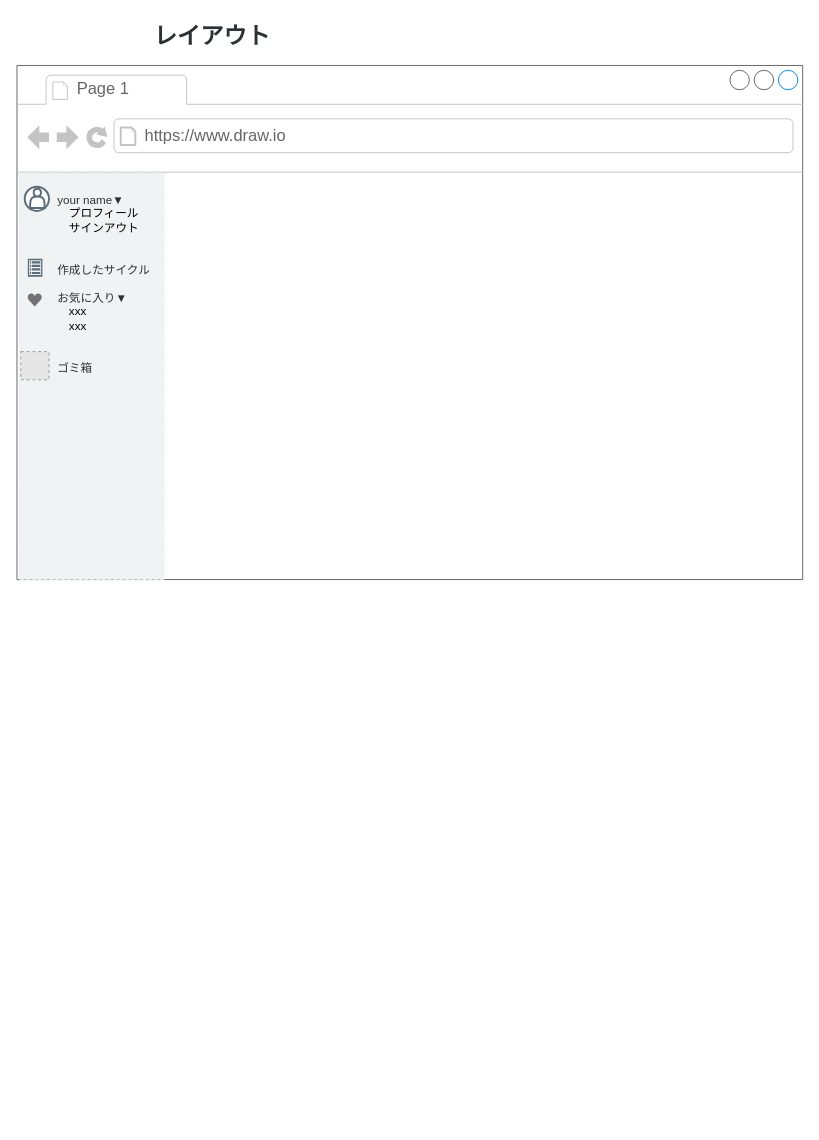
This is page "画面設計(レイアウト)" (5 of 7) of ER.drawio from katkatprog/drowio, a draw.io file, before an edit. Source tidied: cells renumbered, new cells numbered last; positions are measured from the earlier drawing's top-left corner, leaving out a move shared by most shapes. Both pictures are drawn from the tidied source at 97%, with x=0, y=0 at pixel (16, 16). Pictures stored in the file or linked from it are replaced by grey dashed boxes.
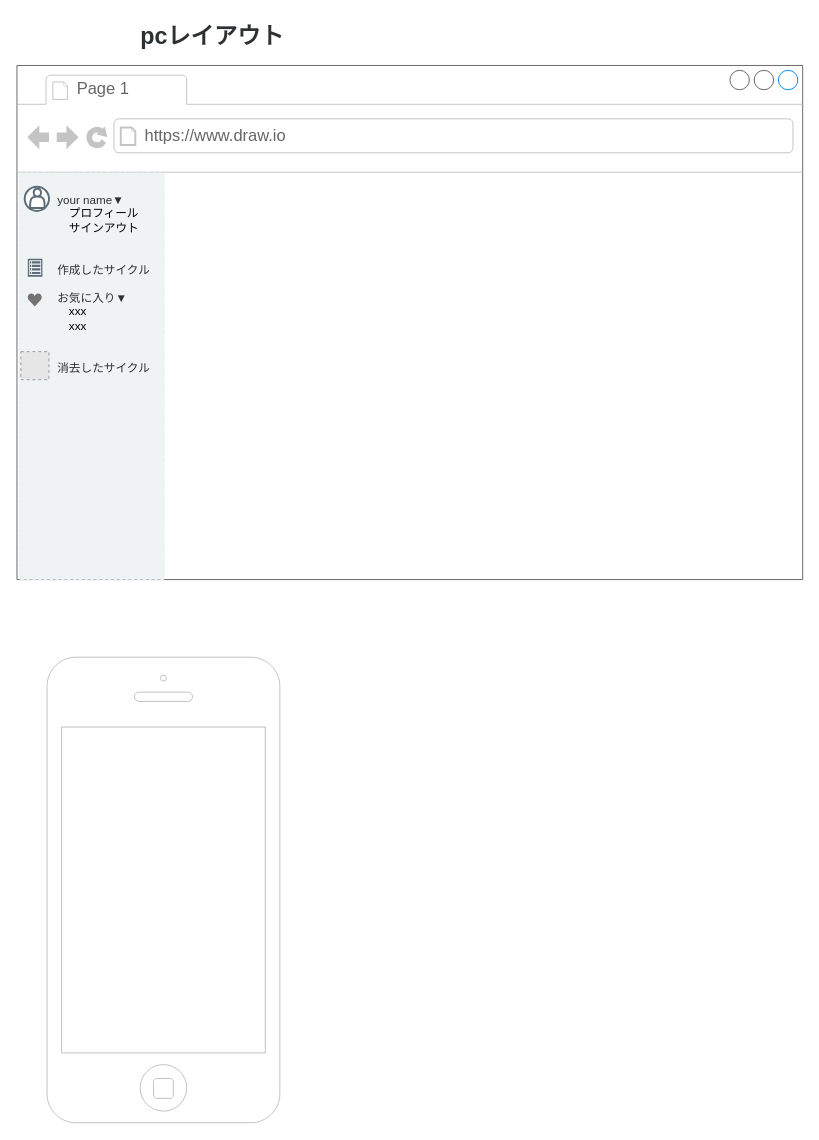
The same page after the edit.

Change to the diagram source:
```diff
@@
 <mxGraphModel>
   <root>
     <mxCell id="0" />
     <mxCell id="1" parent="0" />
     <mxCell id="2" style="strokeWidth=1;shadow=0;dashed=0;align=center;html=1;shape=mxgraph.mockup.containers.browserWindow;rSize=0;strokeColor=none;strokeColor2=#008cff;strokeColor3=#c4c4c4;mainText=,;labelBackgroundColor=none;labelBorderColor=none;fillStyle=auto;fontSize=9;fontColor=default;fillColor=#FFFFFF;" parent="1" vertex="1">
       <mxGeometry y="50" width="810" height="530" as="geometry" />
     </mxCell>
     <mxCell id="3" value="Page 1" style="strokeWidth=1;shadow=0;dashed=0;align=center;html=1;shape=mxgraph.mockup.containers.anchor;fontSize=17;fontColor=#666666;align=left;labelBackgroundColor=none;labelBorderColor=none;fillStyle=auto;strokeColor=#EFF3F4;fillColor=#FFFFFF;" parent="2" vertex="1">
       <mxGeometry x="60" y="12" width="110" height="26" as="geometry" />
     </mxCell>
     <mxCell id="4" value="https://www.draw.io" style="strokeWidth=1;shadow=0;dashed=0;align=center;html=1;shape=mxgraph.mockup.containers.anchor;rSize=0;fontSize=17;fontColor=#666666;align=left;labelBackgroundColor=none;labelBorderColor=none;fillStyle=auto;strokeColor=#EFF3F4;fillColor=#FFFFFF;" parent="2" vertex="1">
       <mxGeometry x="130" y="60" width="250" height="26" as="geometry" />
     </mxCell>
     <mxCell id="5" style="rounded=0;whiteSpace=wrap;html=1;dashed=1;labelBackgroundColor=none;labelBorderColor=none;fillStyle=auto;strokeColor=#EFF3F4;strokeWidth=1;fontSize=11;fontColor=#B5739D;fillColor=#EFF3F4;" parent="2" vertex="1">
       <mxGeometry x="2" y="111" width="150" height="419" as="geometry" />
     </mxCell>
-    <mxCell id="6" value="&lt;span style=&quot;color: rgb(45, 49, 51);&quot;&gt;your name▼&lt;br&gt;&lt;/span&gt;　プロフィール&lt;br&gt;　サインアウト&lt;br style=&quot;color: rgb(45, 49, 51);&quot;&gt;&lt;br style=&quot;color: rgb(45, 49, 51);&quot;&gt;&lt;br style=&quot;color: rgb(45, 49, 51);&quot;&gt;&lt;font color=&quot;#2d3133&quot;&gt;作成したサイクル&lt;br&gt;&lt;/font&gt;&lt;br style=&quot;color: rgb(45, 49, 51);&quot;&gt;&lt;span style=&quot;color: rgb(45, 49, 51);&quot;&gt;お気に入り▼&lt;br&gt;&lt;/span&gt;　xxx&lt;br&gt;　xxx&lt;br&gt;　&lt;br&gt;&lt;br style=&quot;color: rgb(45, 49, 51);&quot;&gt;&lt;font color=&quot;#2d3133&quot;&gt;ゴミ箱&lt;/font&gt;" style="text;html=1;align=left;verticalAlign=top;fillColor=none;strokeColor=none;rounded=0;labelBackgroundColor=none;labelBorderColor=none;fillStyle=auto;strokeWidth=2;fontSize=12;fontColor=default;" parent="2" vertex="1">
+    <mxCell id="6" value="&lt;span style=&quot;color: rgb(45, 49, 51);&quot;&gt;your name▼&lt;br&gt;&lt;/span&gt;　プロフィール&lt;br&gt;　サインアウト&lt;br style=&quot;color: rgb(45, 49, 51);&quot;&gt;&lt;br style=&quot;color: rgb(45, 49, 51);&quot;&gt;&lt;br style=&quot;color: rgb(45, 49, 51);&quot;&gt;&lt;font color=&quot;#2d3133&quot;&gt;作成したサイクル&lt;br&gt;&lt;/font&gt;&lt;br style=&quot;color: rgb(45, 49, 51);&quot;&gt;&lt;span style=&quot;color: rgb(45, 49, 51);&quot;&gt;お気に入り▼&lt;br&gt;&lt;/span&gt;　xxx&lt;br&gt;　xxx&lt;br&gt;　&lt;br&gt;&lt;br style=&quot;color: rgb(45, 49, 51);&quot;&gt;&lt;font color=&quot;#2d3133&quot;&gt;消去したサイクル&lt;/font&gt;" style="text;html=1;align=left;verticalAlign=top;fillColor=none;strokeColor=none;rounded=0;labelBackgroundColor=none;labelBorderColor=none;fillStyle=auto;strokeWidth=2;fontSize=12;fontColor=default;" parent="2" vertex="1">
       <mxGeometry x="40" y="125" width="120" height="200" as="geometry" />
     </mxCell>
     <mxCell id="7" style="ellipse;whiteSpace=wrap;html=1;labelBackgroundColor=none;labelBorderColor=none;fillStyle=auto;strokeColor=#5c6c79;strokeWidth=2;fontSize=12;fontColor=default;fillColor=#FFFFFF;" parent="2" vertex="1">
       <mxGeometry x="8" y="125" width="25" height="25" as="geometry" />
     </mxCell>
     <mxCell id="8" style="shape=actor;whiteSpace=wrap;html=1;labelBackgroundColor=none;labelBorderColor=none;fillStyle=auto;strokeColor=#5c6c79;strokeWidth=2;fontSize=12;fontColor=default;fillColor=#FFFFFF;" parent="2" vertex="1">
       <mxGeometry x="13.5" y="127" width="15" height="20" as="geometry" />
     </mxCell>
     <mxCell id="9" style="dashed=0;verticalLabelPosition=bottom;verticalAlign=top;align=center;shape=mxgraph.gmdl.heart;strokeColor=none;fillColor=#737373;shadow=0;sketch=0;labelBackgroundColor=none;labelBorderColor=none;fillStyle=auto;strokeWidth=2;fontSize=11;fontColor=default;" parent="2" vertex="1">
       <mxGeometry x="10.8" y="234.9" width="15" height="13.5" as="geometry" />
     </mxCell>
     <mxCell id="10" style="sketch=0;html=1;strokeColor=none;shadow=0;align=center;verticalAlign=top;fillColor=#5C6C79;shape=mxgraph.gcp2.view_list;labelBackgroundColor=none;labelBorderColor=none;fillStyle=auto;strokeWidth=2;fontSize=11;fontColor=default;" parent="2" vertex="1">
       <mxGeometry x="11.2" y="199.3" width="15" height="18.5" as="geometry" />
     </mxCell>
     <mxCell id="11" style="fillColor=#E6E6E6;strokeColor=#999999;dashed=1;html=1;verticalAlign=top;verticalLabelPosition=bottom;labelBackgroundColor=#ffffff;fontSize=11;fontColor=#B5739D;" parent="2" vertex="1">
       <mxGeometry x="4" y="295" width="29" height="29" as="geometry" />
     </mxCell>
-    <mxCell id="12" value="レイアウト" style="text;strokeColor=none;fillColor=none;html=1;fontSize=24;fontStyle=1;verticalAlign=middle;align=center;labelBackgroundColor=none;labelBorderColor=none;fillStyle=auto;fontColor=#2D3133;" parent="1" vertex="1">
+    <mxCell id="12" value="pcレイアウト" style="text;strokeColor=none;fillColor=none;html=1;fontSize=24;fontStyle=1;verticalAlign=middle;align=center;labelBackgroundColor=none;labelBorderColor=none;fillStyle=auto;fontColor=#2D3133;" parent="1" vertex="1">
       <mxGeometry x="151" width="100" height="40" as="geometry" />
     </mxCell>
+    <mxCell id="13" style="html=1;verticalLabelPosition=bottom;labelBackgroundColor=#ffffff;verticalAlign=top;shadow=0;dashed=0;strokeWidth=1;shape=mxgraph.ios7.misc.iphone;strokeColor=#c0c0c0;labelBorderColor=none;fillStyle=auto;fontSize=11;fontColor=#B5739D;fillColor=default;" parent="1" vertex="1">
+      <mxGeometry x="31" y="660" width="240" height="480" as="geometry" />
+    </mxCell>
   </root>
 </mxGraphModel>
```
